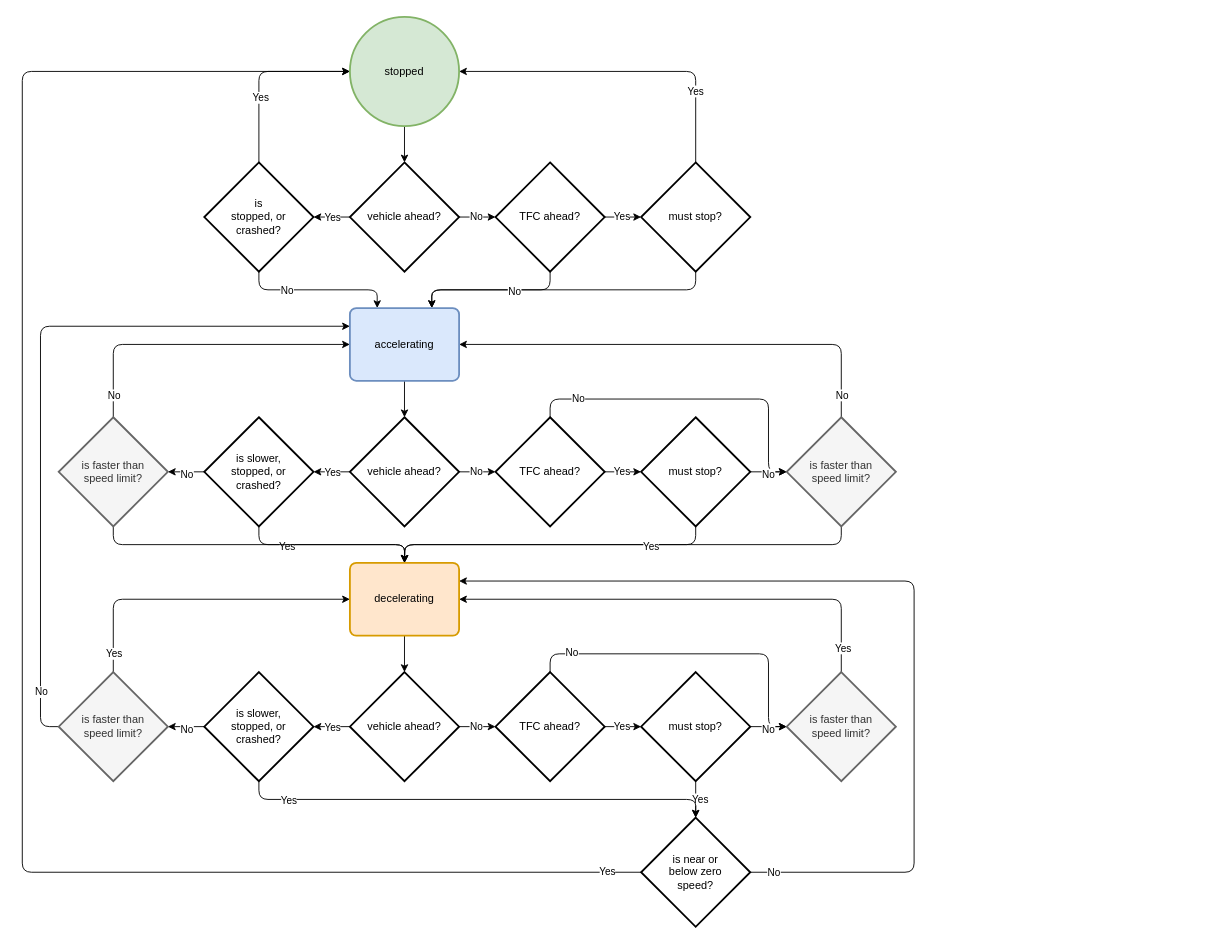
This is traffic-sim-flow.drawio from bicarbon8/JsVehicleTrafficSimulator, a draw.io file, before an edit. Source tidied: cells renumbered, new cells numbered last; positions are measured from the earlier drawing's top-left corner, leaving out a move shared by most shapes. Both pictures are drawn from the tidied source at 91%, with x=0, y=0 at pixel (22, 16).
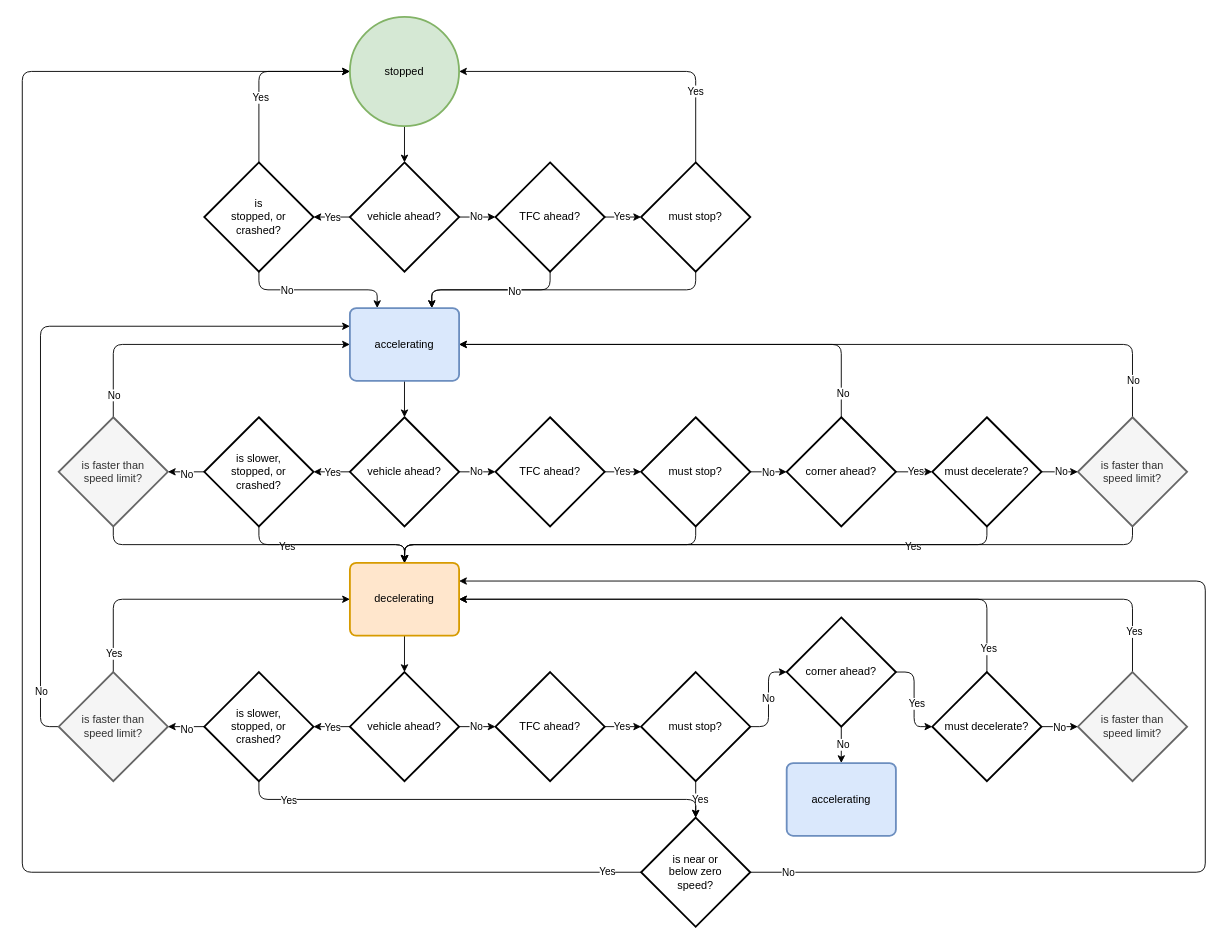
The same diagram, later.

Unchanged cells that the change refers to:
```xml
<mxCell id="24" value="accelerating" style="rounded=1;whiteSpace=wrap;html=1;absoluteArcSize=1;arcSize=14;strokeWidth=2;fillColor=#dae8fc;strokeColor=#6c8ebf;" parent="1" vertex="1">
  <mxGeometry x="360" y="320" width="120" height="80" as="geometry" />
</mxCell>
<mxCell id="39" value="TFC ahead?" style="strokeWidth=2;html=1;shape=mxgraph.flowchart.decision;whiteSpace=wrap;" parent="1" vertex="1">
  <mxGeometry x="520" y="440" width="120" height="120" as="geometry" />
</mxCell>
<mxCell id="43" value="must stop?" style="strokeWidth=2;html=1;shape=mxgraph.flowchart.decision;whiteSpace=wrap;" parent="1" vertex="1">
  <mxGeometry x="680" y="440" width="120" height="120" as="geometry" />
</mxCell>
<mxCell id="49" value="decelerating" style="rounded=1;whiteSpace=wrap;html=1;absoluteArcSize=1;arcSize=14;strokeWidth=2;fillColor=#ffe6cc;strokeColor=#d79b00;" parent="1" vertex="1">
  <mxGeometry x="360" y="600" width="120" height="80" as="geometry" />
</mxCell>
<mxCell id="69" value="TFC ahead?" style="strokeWidth=2;html=1;shape=mxgraph.flowchart.decision;whiteSpace=wrap;" parent="1" vertex="1">
  <mxGeometry x="520" y="720" width="120" height="120" as="geometry" />
</mxCell>
<mxCell id="74" value="must stop?" style="strokeWidth=2;html=1;shape=mxgraph.flowchart.decision;whiteSpace=wrap;" parent="1" vertex="1">
  <mxGeometry x="680" y="720" width="120" height="120" as="geometry" />
</mxCell>
<mxCell id="87" value="is near or&lt;br&gt;below zero&lt;br&gt;speed?" style="strokeWidth=2;html=1;shape=mxgraph.flowchart.decision;whiteSpace=wrap;" parent="1" vertex="1">
  <mxGeometry x="680" y="880" width="120" height="120" as="geometry" />
</mxCell>
```

The edit, as a diff of the source:
```diff
@@
-    <mxCell id="37" style="edgeStyle=orthogonalEdgeStyle;rounded=1;jettySize=auto;html=1;exitX=0.5;exitY=0;exitDx=0;exitDy=0;exitPerimeter=0;entryX=0;entryY=0.5;entryDx=0;entryDy=0;entryPerimeter=0;" parent="1" edge="1" source="39" target="54">
-      <mxGeometry relative="1" as="geometry">
-        <Array as="points">
-          <mxPoint x="580" y="420" />
-          <mxPoint x="820" y="420" />
-          <mxPoint x="820" y="500" />
-        </Array>
-      </mxGeometry>
-    </mxCell>
-    <mxCell id="38" value="No" style="edgeLabel;html=1;align=center;verticalAlign=middle;" parent="37" vertex="1">
-      <mxGeometry x="-0.72" y="2" relative="1" as="geometry">
-        <mxPoint y="1" as="offset" />
-      </mxGeometry>
-    </mxCell>
@@
-    <mxCell id="40" style="edgeStyle=orthogonalEdgeStyle;rounded=0;jettySize=auto;html=1;exitX=1;exitY=0.5;exitDx=0;exitDy=0;exitPerimeter=0;entryX=0;entryY=0.5;entryDx=0;entryDy=0;entryPerimeter=0;" parent="1" edge="1" source="43" target="54">
-      <mxGeometry relative="1" as="geometry" />
-    </mxCell>
-    <mxCell id="41" value="No" style="edgeLabel;html=1;align=center;verticalAlign=middle;" parent="40" vertex="1">
-      <mxGeometry x="-0.05" y="-1" relative="1" as="geometry">
-        <mxPoint y="1" as="offset" />
-      </mxGeometry>
-    </mxCell>
@@
+    <mxCell id="88" style="edgeStyle=orthogonalEdgeStyle;rounded=0;jettySize=auto;html=1;exitX=1;exitY=0.5;exitDx=0;exitDy=0;exitPerimeter=0;entryX=0;entryY=0.5;entryDx=0;entryDy=0;entryPerimeter=0;" parent="1" edge="1" source="43" target="96">
+      <mxGeometry relative="1" as="geometry" />
+    </mxCell>
+    <mxCell id="89" value="No" style="edgeLabel;html=1;align=center;verticalAlign=middle;" parent="88" vertex="1">
+      <mxGeometry x="-0.05" y="1" relative="1" as="geometry">
+        <mxPoint y="1" as="offset" />
+      </mxGeometry>
+    </mxCell>
@@
     <mxCell id="54" value="is faster than&lt;br&gt;speed limit?" style="strokeWidth=2;html=1;shape=mxgraph.flowchart.decision;whiteSpace=wrap;fillColor=#f5f5f5;fontColor=#333333;strokeColor=#666666;" parent="1" vertex="1">
-      <mxGeometry x="840" y="440" width="120" height="120" as="geometry" />
+      <mxGeometry x="1160" y="440" width="120" height="120" as="geometry" />
     </mxCell>
@@
-    <mxCell id="67" style="edgeStyle=orthogonalEdgeStyle;rounded=1;jettySize=auto;html=1;exitX=0.5;exitY=0;exitDx=0;exitDy=0;exitPerimeter=0;entryX=0;entryY=0.5;entryDx=0;entryDy=0;entryPerimeter=0;" parent="1" edge="1" source="69" target="82">
-      <mxGeometry relative="1" as="geometry">
-        <Array as="points">
-          <mxPoint x="580" y="700" />
-          <mxPoint x="820" y="700" />
-          <mxPoint x="820" y="780" />
-        </Array>
-      </mxGeometry>
-    </mxCell>
-    <mxCell id="68" value="No" style="edgeLabel;html=1;align=center;verticalAlign=middle;" parent="67" vertex="1">
-      <mxGeometry x="-0.76" y="3" relative="1" as="geometry">
-        <mxPoint y="1" as="offset" />
-      </mxGeometry>
-    </mxCell>
@@
-    <mxCell id="70" style="edgeStyle=orthogonalEdgeStyle;rounded=0;jettySize=auto;html=1;exitX=1;exitY=0.5;exitDx=0;exitDy=0;exitPerimeter=0;entryX=0;entryY=0.5;entryDx=0;entryDy=0;entryPerimeter=0;" parent="1" edge="1" source="74" target="82">
-      <mxGeometry relative="1" as="geometry" />
-    </mxCell>
-    <mxCell id="71" value="No" style="edgeLabel;html=1;align=center;verticalAlign=middle;" parent="70" vertex="1">
-      <mxGeometry x="-0.05" y="-1" relative="1" as="geometry">
-        <mxPoint y="1" as="offset" />
-      </mxGeometry>
-    </mxCell>
@@
+    <mxCell id="90" style="edgeStyle=orthogonalEdgeStyle;rounded=1;jettySize=auto;html=1;exitX=1;exitY=0.5;exitDx=0;exitDy=0;exitPerimeter=0;entryX=0;entryY=0.5;entryDx=0;entryDy=0;entryPerimeter=0;" parent="1" edge="1" source="74" target="105">
+      <mxGeometry relative="1" as="geometry" />
+    </mxCell>
+    <mxCell id="91" value="No" style="edgeLabel;html=1;align=center;verticalAlign=middle;" parent="90" vertex="1">
+      <mxGeometry x="0.03" y="1" relative="1" as="geometry" />
+    </mxCell>
@@
     <mxCell id="82" value="is faster than&lt;br&gt;speed limit?" style="strokeWidth=2;html=1;shape=mxgraph.flowchart.decision;whiteSpace=wrap;fillColor=#f5f5f5;fontColor=#333333;strokeColor=#666666;" parent="1" vertex="1">
-      <mxGeometry x="840" y="720" width="120" height="120" as="geometry" />
+      <mxGeometry x="1160" y="720" width="120" height="120" as="geometry" />
     </mxCell>
     <mxCell id="83" style="edgeStyle=orthogonalEdgeStyle;rounded=1;jettySize=auto;html=1;exitX=1;exitY=0.5;exitDx=0;exitDy=0;exitPerimeter=0;entryX=1;entryY=0.25;entryDx=0;entryDy=0;" parent="1" edge="1" source="87" target="49">
       <mxGeometry relative="1" as="geometry">
         <Array as="points">
-          <mxPoint x="980" y="940" />
-          <mxPoint x="980" y="620" />
+          <mxPoint x="1300" y="940" />
+          <mxPoint x="1300" y="620" />
         </Array>
       </mxGeometry>
     </mxCell>
@@
+    <mxCell id="92" style="edgeStyle=orthogonalEdgeStyle;rounded=0;jettySize=auto;html=1;exitX=1;exitY=0.5;exitDx=0;exitDy=0;exitPerimeter=0;entryX=0;entryY=0.5;entryDx=0;entryDy=0;entryPerimeter=0;" parent="1" edge="1" source="96" target="100">
+      <mxGeometry relative="1" as="geometry" />
+    </mxCell>
+    <mxCell id="93" value="Yes" style="edgeLabel;html=1;align=center;verticalAlign=middle;" parent="92" vertex="1">
+      <mxGeometry x="0.05" y="2" relative="1" as="geometry">
+        <mxPoint y="1" as="offset" />
+      </mxGeometry>
+    </mxCell>
+    <mxCell id="94" style="edgeStyle=orthogonalEdgeStyle;rounded=1;jettySize=auto;html=1;exitX=0.5;exitY=0;exitDx=0;exitDy=0;exitPerimeter=0;entryX=1;entryY=0.5;entryDx=0;entryDy=0;" parent="1" edge="1" source="96" target="24">
+      <mxGeometry relative="1" as="geometry" />
+    </mxCell>
+    <mxCell id="95" value="No" style="edgeLabel;html=1;align=center;verticalAlign=middle;" parent="94" vertex="1">
+      <mxGeometry x="-0.89" y="-1" relative="1" as="geometry" />
+    </mxCell>
+    <mxCell id="96" value="corner ahead?" style="strokeWidth=2;html=1;shape=mxgraph.flowchart.decision;whiteSpace=wrap;" parent="1" vertex="1">
+      <mxGeometry x="840" y="440" width="120" height="120" as="geometry" />
+    </mxCell>
+    <mxCell id="97" style="edgeStyle=orthogonalEdgeStyle;rounded=0;jettySize=auto;html=1;exitX=1;exitY=0.5;exitDx=0;exitDy=0;exitPerimeter=0;entryX=0;entryY=0.5;entryDx=0;entryDy=0;entryPerimeter=0;" parent="1" edge="1" source="100" target="54">
+      <mxGeometry relative="1" as="geometry" />
+    </mxCell>
+    <mxCell id="98" value="No" style="edgeLabel;html=1;align=center;verticalAlign=middle;" parent="97" vertex="1">
+      <mxGeometry x="0.05" y="1" relative="1" as="geometry" />
+    </mxCell>
+    <mxCell id="99" style="edgeStyle=orthogonalEdgeStyle;rounded=1;jettySize=auto;html=1;exitX=0.5;exitY=1;exitDx=0;exitDy=0;exitPerimeter=0;entryX=0.5;entryY=0;entryDx=0;entryDy=0;" parent="1" edge="1" source="100" target="49">
+      <mxGeometry relative="1" as="geometry" />
+    </mxCell>
+    <mxCell id="100" value="must decelerate?" style="strokeWidth=2;html=1;shape=mxgraph.flowchart.decision;whiteSpace=wrap;" parent="1" vertex="1">
+      <mxGeometry x="1000" y="440" width="120" height="120" as="geometry" />
+    </mxCell>
+    <mxCell id="101" style="edgeStyle=orthogonalEdgeStyle;rounded=1;jettySize=auto;html=1;exitX=1;exitY=0.5;exitDx=0;exitDy=0;exitPerimeter=0;entryX=0;entryY=0.5;entryDx=0;entryDy=0;entryPerimeter=0;" parent="1" edge="1" source="105" target="110">
+      <mxGeometry relative="1" as="geometry" />
+    </mxCell>
+    <mxCell id="102" value="Yes" style="edgeLabel;html=1;align=center;verticalAlign=middle;" parent="101" vertex="1">
+      <mxGeometry x="0.05" y="2" relative="1" as="geometry">
+        <mxPoint y="1" as="offset" />
+      </mxGeometry>
+    </mxCell>
+    <mxCell id="103" style="edgeStyle=orthogonalEdgeStyle;rounded=0;jettySize=auto;html=1;exitX=0.5;exitY=1;exitDx=0;exitDy=0;exitPerimeter=0;entryX=0.5;entryY=0;entryDx=0;entryDy=0;" parent="1" edge="1" source="105" target="111">
+      <mxGeometry relative="1" as="geometry" />
+    </mxCell>
+    <mxCell id="104" value="No" style="edgeLabel;html=1;align=center;verticalAlign=middle;" parent="103" vertex="1">
+      <mxGeometry x="-0.05" y="1" relative="1" as="geometry" />
+    </mxCell>
+    <mxCell id="105" value="corner ahead?" style="strokeWidth=2;html=1;shape=mxgraph.flowchart.decision;whiteSpace=wrap;" parent="1" vertex="1">
+      <mxGeometry x="840" y="660" width="120" height="120" as="geometry" />
+    </mxCell>
+    <mxCell id="106" style="edgeStyle=orthogonalEdgeStyle;rounded=0;jettySize=auto;html=1;exitX=1;exitY=0.5;exitDx=0;exitDy=0;exitPerimeter=0;entryX=0;entryY=0.5;entryDx=0;entryDy=0;entryPerimeter=0;" parent="1" edge="1" source="110" target="82">
+      <mxGeometry relative="1" as="geometry" />
+    </mxCell>
+    <mxCell id="107" value="No" style="edgeLabel;html=1;align=center;verticalAlign=middle;" parent="106" vertex="1">
+      <mxGeometry x="-0.07" relative="1" as="geometry" />
+    </mxCell>
+    <mxCell id="108" style="edgeStyle=orthogonalEdgeStyle;rounded=1;jettySize=auto;html=1;exitX=0.5;exitY=0;exitDx=0;exitDy=0;exitPerimeter=0;entryX=1;entryY=0.5;entryDx=0;entryDy=0;" parent="1" edge="1" source="110" target="49">
+      <mxGeometry relative="1" as="geometry" />
+    </mxCell>
+    <mxCell id="109" value="Yes" style="edgeLabel;html=1;align=center;verticalAlign=middle;" parent="108" vertex="1">
+      <mxGeometry x="-0.92" relative="1" as="geometry">
+        <mxPoint x="1" as="offset" />
+      </mxGeometry>
+    </mxCell>
+    <mxCell id="110" value="must decelerate?" style="strokeWidth=2;html=1;shape=mxgraph.flowchart.decision;whiteSpace=wrap;" parent="1" vertex="1">
+      <mxGeometry x="1000" y="720" width="120" height="120" as="geometry" />
+    </mxCell>
+    <mxCell id="111" value="accelerating" style="rounded=1;whiteSpace=wrap;html=1;absoluteArcSize=1;arcSize=14;strokeWidth=2;fillColor=#dae8fc;strokeColor=#6c8ebf;" parent="1" vertex="1">
+      <mxGeometry x="840" y="820" width="120" height="80" as="geometry" />
+    </mxCell>
```
